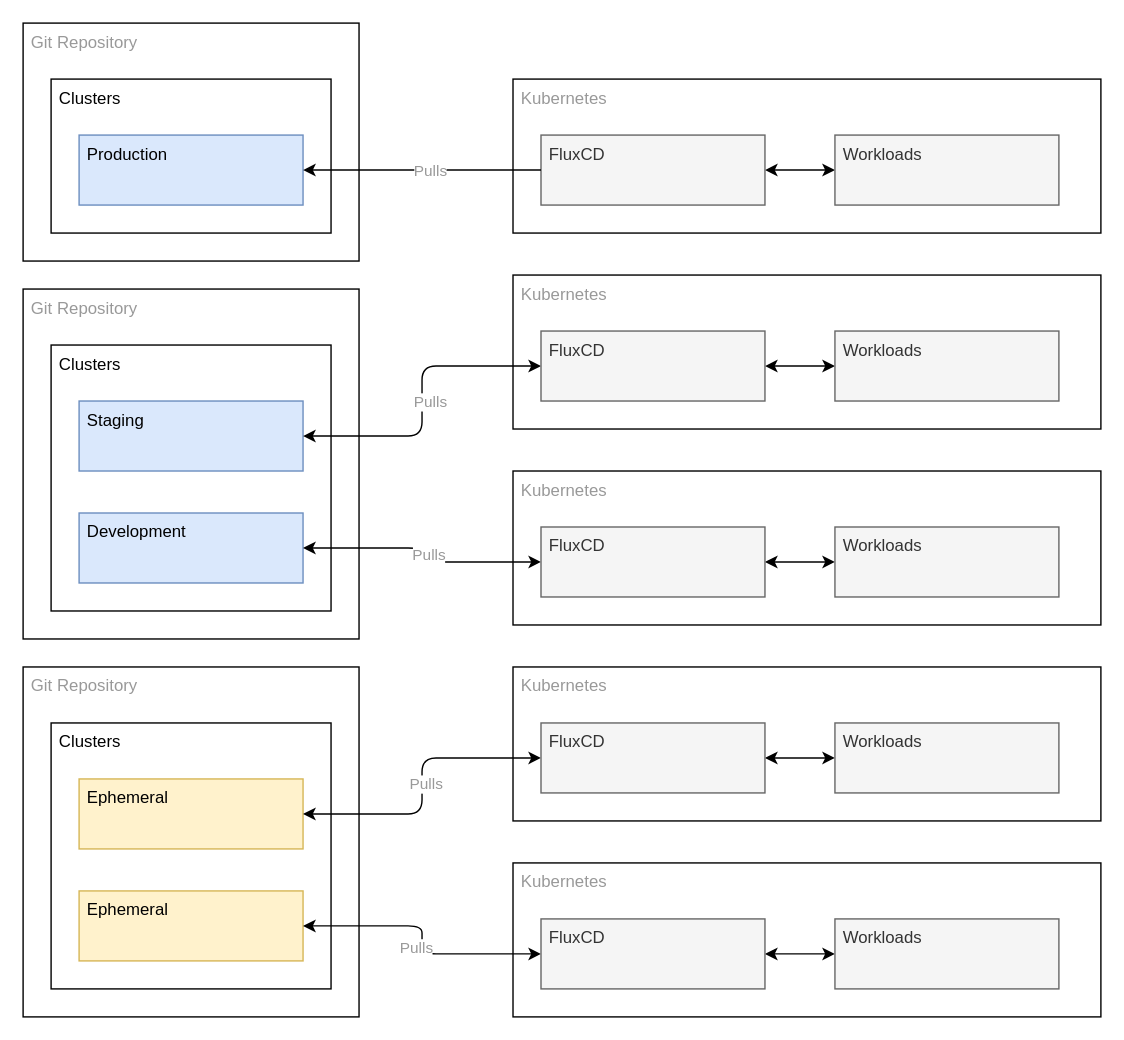
Before: docs/gitops-multi-repo.drawio.svg, a diagram exported from draw.io (danielloader/kubernetes-sdlc). Source tidied: cells renumbered, new cells last; positions are measured from the earlier drawing's top-left corner, leaving out a move shared by most shapes. Source of this version:
```xml
<mxGraphModel background="#FFFFFF">
  <root>
    <mxCell id="0" />
    <mxCell id="1" parent="0" />
    <mxCell id="2" value="Git Repository" style="rounded=0;whiteSpace=wrap;html=1;horizontal=1;verticalAlign=top;align=left;spacingLeft=4;fontColor=#999999;" parent="1" vertex="1">
      <mxGeometry y="460" width="240" height="250" as="geometry" />
    </mxCell>
    <mxCell id="3" value="Clusters" style="rounded=0;whiteSpace=wrap;html=1;fontColor=#000000;verticalAlign=top;align=left;spacingLeft=4;" parent="1" vertex="1">
      <mxGeometry x="20" y="500" width="200" height="190" as="geometry" />
    </mxCell>
    <mxCell id="4" value="Git Repository" style="rounded=0;whiteSpace=wrap;html=1;horizontal=1;verticalAlign=top;align=left;spacingLeft=4;fontColor=#999999;" parent="1" vertex="1">
      <mxGeometry y="190" width="240" height="250" as="geometry" />
    </mxCell>
    <mxCell id="5" value="Clusters" style="rounded=0;whiteSpace=wrap;html=1;fontColor=#000000;verticalAlign=top;align=left;spacingLeft=4;" parent="1" vertex="1">
      <mxGeometry x="20" y="230" width="200" height="190" as="geometry" />
    </mxCell>
    <mxCell id="6" value="Kubernetes" style="rounded=0;whiteSpace=wrap;html=1;verticalAlign=top;align=left;spacingLeft=4;fontColor=#999999;" parent="1" vertex="1">
      <mxGeometry x="350" y="40" width="420" height="110" as="geometry" />
    </mxCell>
    <mxCell id="7" value="Git Repository" style="rounded=0;whiteSpace=wrap;html=1;horizontal=1;verticalAlign=top;align=left;spacingLeft=4;fontColor=#999999;" parent="1" vertex="1">
      <mxGeometry width="240" height="170" as="geometry" />
    </mxCell>
    <mxCell id="8" value="Clusters" style="rounded=0;whiteSpace=wrap;html=1;fontColor=#000000;verticalAlign=top;align=left;spacingLeft=4;" parent="1" vertex="1">
      <mxGeometry x="20" y="40" width="200" height="110" as="geometry" />
    </mxCell>
    <mxCell id="9" value="Production" style="rounded=0;whiteSpace=wrap;html=1;verticalAlign=top;align=left;spacingLeft=4;fillColor=#dae8fc;strokeColor=#6c8ebf;" parent="1" vertex="1">
      <mxGeometry x="40" y="80" width="160" height="50" as="geometry" />
    </mxCell>
    <mxCell id="10" value="Staging" style="rounded=0;whiteSpace=wrap;html=1;verticalAlign=top;align=left;spacingLeft=4;fillColor=#dae8fc;strokeColor=#6c8ebf;" parent="1" vertex="1">
      <mxGeometry x="40" y="270" width="160" height="50" as="geometry" />
    </mxCell>
    <mxCell id="11" value="Development" style="rounded=0;whiteSpace=wrap;html=1;verticalAlign=top;align=left;spacingLeft=4;fillColor=#dae8fc;strokeColor=#6c8ebf;" parent="1" vertex="1">
      <mxGeometry x="40" y="350" width="160" height="50" as="geometry" />
    </mxCell>
    <mxCell id="12" value="Ephemeral" style="rounded=0;whiteSpace=wrap;html=1;verticalAlign=top;align=left;spacingLeft=4;fillColor=#fff2cc;strokeColor=#d6b656;" parent="1" vertex="1">
      <mxGeometry x="40" y="540" width="160" height="50" as="geometry" />
    </mxCell>
    <mxCell id="13" style="edgeStyle=none;html=1;startArrow=classic;startFill=1;" parent="1" edge="1" source="14" target="18">
      <mxGeometry relative="1" as="geometry" />
    </mxCell>
    <mxCell id="14" value="FluxCD" style="rounded=0;whiteSpace=wrap;html=1;verticalAlign=top;align=left;spacingLeft=4;fillColor=#f5f5f5;fontColor=#333333;strokeColor=#666666;" parent="1" vertex="1">
      <mxGeometry x="370" y="80" width="160" height="50" as="geometry" />
    </mxCell>
    <mxCell id="15" style="edgeStyle=none;html=1;fontColor=#999999;exitX=0;exitY=0.5;exitDx=0;exitDy=0;entryX=1;entryY=0.5;entryDx=0;entryDy=0;" parent="1" edge="1" source="14" target="9">
      <mxGeometry relative="1" as="geometry" />
    </mxCell>
    <mxCell id="16" value="Pulls" style="edgeLabel;html=1;align=center;verticalAlign=middle;fontColor=#999999;" parent="15" vertex="1">
      <mxGeometry x="0.01" y="1" relative="1" as="geometry">
        <mxPoint x="6" y="-1" as="offset" />
      </mxGeometry>
    </mxCell>
    <mxCell id="17" value="Ephemeral" style="rounded=0;whiteSpace=wrap;html=1;verticalAlign=top;align=left;spacingLeft=4;fillColor=#fff2cc;strokeColor=#d6b656;" parent="1" vertex="1">
      <mxGeometry x="40" y="620" width="160" height="50" as="geometry" />
    </mxCell>
    <mxCell id="18" value="Workloads" style="rounded=0;whiteSpace=wrap;html=1;verticalAlign=top;align=left;spacingLeft=4;fillColor=#f5f5f5;fontColor=#333333;strokeColor=#666666;" parent="1" vertex="1">
      <mxGeometry x="580" y="80" width="160" height="50" as="geometry" />
    </mxCell>
    <mxCell id="19" value="Kubernetes" style="rounded=0;whiteSpace=wrap;html=1;verticalAlign=top;align=left;spacingLeft=4;fontColor=#999999;" parent="1" vertex="1">
      <mxGeometry x="350" y="180" width="420" height="110" as="geometry" />
    </mxCell>
    <mxCell id="20" style="edgeStyle=none;html=1;startArrow=classic;startFill=1;" parent="1" edge="1" source="23" target="24">
      <mxGeometry relative="1" as="geometry" />
    </mxCell>
    <mxCell id="21" style="edgeStyle=orthogonalEdgeStyle;html=1;entryX=1;entryY=0.5;entryDx=0;entryDy=0;startArrow=classic;startFill=1;exitX=0;exitY=0.5;exitDx=0;exitDy=0;" parent="1" edge="1" source="23" target="10">
      <mxGeometry relative="1" as="geometry" />
    </mxCell>
    <mxCell id="22" value="Pulls" style="edgeLabel;html=1;align=center;verticalAlign=middle;fontColor=#999999;" parent="21" vertex="1">
      <mxGeometry x="0.2" y="-2" relative="1" as="geometry">
        <mxPoint x="7" y="-22" as="offset" />
      </mxGeometry>
    </mxCell>
    <mxCell id="23" value="FluxCD" style="rounded=0;whiteSpace=wrap;html=1;verticalAlign=top;align=left;spacingLeft=4;fillColor=#f5f5f5;fontColor=#333333;strokeColor=#666666;" parent="1" vertex="1">
      <mxGeometry x="370" y="220" width="160" height="50" as="geometry" />
    </mxCell>
    <mxCell id="24" value="Workloads" style="rounded=0;whiteSpace=wrap;html=1;verticalAlign=top;align=left;spacingLeft=4;fillColor=#f5f5f5;fontColor=#333333;strokeColor=#666666;" parent="1" vertex="1">
      <mxGeometry x="580" y="220" width="160" height="50" as="geometry" />
    </mxCell>
    <mxCell id="25" value="Kubernetes" style="rounded=0;whiteSpace=wrap;html=1;verticalAlign=top;align=left;spacingLeft=4;fontColor=#999999;" parent="1" vertex="1">
      <mxGeometry x="350" y="320" width="420" height="110" as="geometry" />
    </mxCell>
    <mxCell id="26" style="edgeStyle=none;html=1;startArrow=classic;startFill=1;" parent="1" edge="1" source="28" target="29">
      <mxGeometry relative="1" as="geometry" />
    </mxCell>
    <mxCell id="27" value="Pulls" style="edgeStyle=orthogonalEdgeStyle;html=1;entryX=1;entryY=0.5;entryDx=0;entryDy=0;startArrow=classic;startFill=1;exitX=0;exitY=0.5;exitDx=0;exitDy=0;fontColor=#999999;" parent="1" edge="1" source="28" target="11">
      <mxGeometry y="-5" relative="1" as="geometry" />
    </mxCell>
    <mxCell id="28" value="FluxCD" style="rounded=0;whiteSpace=wrap;html=1;verticalAlign=top;align=left;spacingLeft=4;fillColor=#f5f5f5;fontColor=#333333;strokeColor=#666666;" parent="1" vertex="1">
      <mxGeometry x="370" y="360" width="160" height="50" as="geometry" />
    </mxCell>
    <mxCell id="29" value="Workloads" style="rounded=0;whiteSpace=wrap;html=1;verticalAlign=top;align=left;spacingLeft=4;fillColor=#f5f5f5;fontColor=#333333;strokeColor=#666666;" parent="1" vertex="1">
      <mxGeometry x="580" y="360" width="160" height="50" as="geometry" />
    </mxCell>
    <mxCell id="30" value="Kubernetes" style="rounded=0;whiteSpace=wrap;html=1;verticalAlign=top;align=left;spacingLeft=4;fontColor=#999999;" parent="1" vertex="1">
      <mxGeometry x="350" y="460" width="420" height="110" as="geometry" />
    </mxCell>
    <mxCell id="31" style="edgeStyle=none;html=1;startArrow=classic;startFill=1;" parent="1" edge="1" source="34" target="35">
      <mxGeometry relative="1" as="geometry" />
    </mxCell>
    <mxCell id="32" style="edgeStyle=orthogonalEdgeStyle;html=1;entryX=1;entryY=0.5;entryDx=0;entryDy=0;startArrow=classic;startFill=1;exitX=0;exitY=0.5;exitDx=0;exitDy=0;" parent="1" edge="1" source="34" target="12">
      <mxGeometry relative="1" as="geometry" />
    </mxCell>
    <mxCell id="33" value="Pulls" style="edgeLabel;html=1;align=center;verticalAlign=middle;fontColor=#999999;" parent="32" vertex="1">
      <mxGeometry x="-0.02" y="3" relative="1" as="geometry">
        <mxPoint x="-1" as="offset" />
      </mxGeometry>
    </mxCell>
    <mxCell id="34" value="FluxCD" style="rounded=0;whiteSpace=wrap;html=1;verticalAlign=top;align=left;spacingLeft=4;fillColor=#f5f5f5;fontColor=#333333;strokeColor=#666666;" parent="1" vertex="1">
      <mxGeometry x="370" y="500" width="160" height="50" as="geometry" />
    </mxCell>
    <mxCell id="35" value="Workloads" style="rounded=0;whiteSpace=wrap;html=1;verticalAlign=top;align=left;spacingLeft=4;fillColor=#f5f5f5;fontColor=#333333;strokeColor=#666666;" parent="1" vertex="1">
      <mxGeometry x="580" y="500" width="160" height="50" as="geometry" />
    </mxCell>
    <mxCell id="36" value="Kubernetes" style="rounded=0;whiteSpace=wrap;html=1;verticalAlign=top;align=left;spacingLeft=4;fontColor=#999999;" parent="1" vertex="1">
      <mxGeometry x="350" y="600" width="420" height="110" as="geometry" />
    </mxCell>
    <mxCell id="37" style="edgeStyle=none;html=1;startArrow=classic;startFill=1;" parent="1" edge="1" source="39" target="40">
      <mxGeometry relative="1" as="geometry" />
    </mxCell>
    <mxCell id="38" value="Pulls" style="edgeStyle=orthogonalEdgeStyle;html=1;entryX=1;entryY=0.5;entryDx=0;entryDy=0;startArrow=classic;startFill=1;exitX=0;exitY=0.5;exitDx=0;exitDy=0;fontColor=#999999;" parent="1" edge="1" source="39" target="17">
      <mxGeometry x="-0.06" y="4" relative="1" as="geometry" />
    </mxCell>
    <mxCell id="39" value="FluxCD" style="rounded=0;whiteSpace=wrap;html=1;verticalAlign=top;align=left;spacingLeft=4;fillColor=#f5f5f5;fontColor=#333333;strokeColor=#666666;" parent="1" vertex="1">
      <mxGeometry x="370" y="640" width="160" height="50" as="geometry" />
    </mxCell>
    <mxCell id="40" value="Workloads" style="rounded=0;whiteSpace=wrap;html=1;verticalAlign=top;align=left;spacingLeft=4;fillColor=#f5f5f5;fontColor=#333333;strokeColor=#666666;" parent="1" vertex="1">
      <mxGeometry x="580" y="640" width="160" height="50" as="geometry" />
    </mxCell>
  </root>
</mxGraphModel>
```
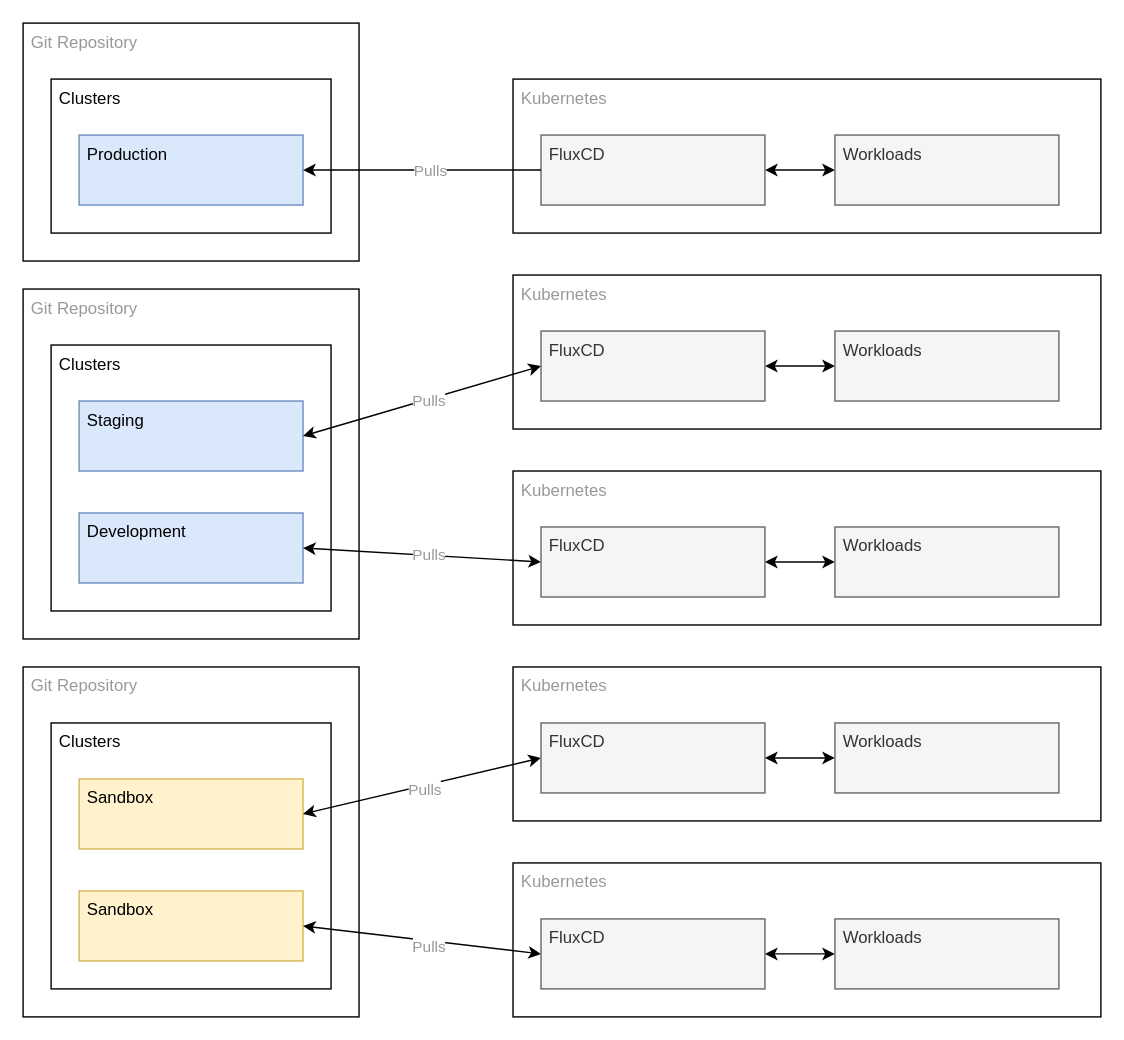
Later version of the same file.

Change to the diagram source:
```diff
@@ -32,7 +32,7 @@
     <mxCell id="11" value="Development" style="rounded=0;whiteSpace=wrap;html=1;verticalAlign=top;align=left;spacingLeft=4;fillColor=#dae8fc;strokeColor=#6c8ebf;" parent="1" vertex="1">
       <mxGeometry x="40" y="350" width="160" height="50" as="geometry" />
     </mxCell>
-    <mxCell id="12" value="Ephemeral" style="rounded=0;whiteSpace=wrap;html=1;verticalAlign=top;align=left;spacingLeft=4;fillColor=#fff2cc;strokeColor=#d6b656;" parent="1" vertex="1">
+    <mxCell id="12" value="Sandbox" style="rounded=0;whiteSpace=wrap;html=1;verticalAlign=top;align=left;spacingLeft=4;fillColor=#fff2cc;strokeColor=#d6b656;" parent="1" vertex="1">
       <mxGeometry x="40" y="540" width="160" height="50" as="geometry" />
     </mxCell>
     <mxCell id="13" style="edgeStyle=none;html=1;startArrow=classic;startFill=1;" parent="1" edge="1" source="14" target="18">
@@ -49,7 +49,7 @@
         <mxPoint x="6" y="-1" as="offset" />
       </mxGeometry>
     </mxCell>
-    <mxCell id="17" value="Ephemeral" style="rounded=0;whiteSpace=wrap;html=1;verticalAlign=top;align=left;spacingLeft=4;fillColor=#fff2cc;strokeColor=#d6b656;" parent="1" vertex="1">
+    <mxCell id="17" value="Sandbox" style="rounded=0;whiteSpace=wrap;html=1;verticalAlign=top;align=left;spacingLeft=4;fillColor=#fff2cc;strokeColor=#d6b656;" parent="1" vertex="1">
       <mxGeometry x="40" y="620" width="160" height="50" as="geometry" />
     </mxCell>
     <mxCell id="18" value="Workloads" style="rounded=0;whiteSpace=wrap;html=1;verticalAlign=top;align=left;spacingLeft=4;fillColor=#f5f5f5;fontColor=#333333;strokeColor=#666666;" parent="1" vertex="1">
@@ -61,12 +61,12 @@
     <mxCell id="20" style="edgeStyle=none;html=1;startArrow=classic;startFill=1;" parent="1" edge="1" source="23" target="24">
       <mxGeometry relative="1" as="geometry" />
     </mxCell>
-    <mxCell id="21" style="edgeStyle=orthogonalEdgeStyle;html=1;entryX=1;entryY=0.5;entryDx=0;entryDy=0;startArrow=classic;startFill=1;exitX=0;exitY=0.5;exitDx=0;exitDy=0;" parent="1" edge="1" source="23" target="10">
+    <mxCell id="21" style="html=1;entryX=1;entryY=0.5;entryDx=0;entryDy=0;startArrow=classic;startFill=1;exitX=0;exitY=0.5;exitDx=0;exitDy=0;" parent="1" edge="1" source="23" target="10">
       <mxGeometry relative="1" as="geometry" />
     </mxCell>
     <mxCell id="22" value="Pulls" style="edgeLabel;html=1;align=center;verticalAlign=middle;fontColor=#999999;" parent="21" vertex="1">
       <mxGeometry x="0.2" y="-2" relative="1" as="geometry">
-        <mxPoint x="7" y="-22" as="offset" />
+        <mxPoint x="22" y="-3" as="offset" />
       </mxGeometry>
     </mxCell>
     <mxCell id="23" value="FluxCD" style="rounded=0;whiteSpace=wrap;html=1;verticalAlign=top;align=left;spacingLeft=4;fillColor=#f5f5f5;fontColor=#333333;strokeColor=#666666;" parent="1" vertex="1">
@@ -81,8 +81,8 @@
     <mxCell id="26" style="edgeStyle=none;html=1;startArrow=classic;startFill=1;" parent="1" edge="1" source="28" target="29">
       <mxGeometry relative="1" as="geometry" />
     </mxCell>
-    <mxCell id="27" value="Pulls" style="edgeStyle=orthogonalEdgeStyle;html=1;entryX=1;entryY=0.5;entryDx=0;entryDy=0;startArrow=classic;startFill=1;exitX=0;exitY=0.5;exitDx=0;exitDy=0;fontColor=#999999;" parent="1" edge="1" source="28" target="11">
-      <mxGeometry y="-5" relative="1" as="geometry" />
+    <mxCell id="27" value="Pulls" style="html=1;entryX=1;entryY=0.5;entryDx=0;entryDy=0;startArrow=classic;startFill=1;exitX=0;exitY=0.5;exitDx=0;exitDy=0;fontColor=#999999;" parent="1" edge="1" source="28" target="11">
+      <mxGeometry x="-0.06" relative="1" as="geometry" />
     </mxCell>
     <mxCell id="28" value="FluxCD" style="rounded=0;whiteSpace=wrap;html=1;verticalAlign=top;align=left;spacingLeft=4;fillColor=#f5f5f5;fontColor=#333333;strokeColor=#666666;" parent="1" vertex="1">
       <mxGeometry x="370" y="360" width="160" height="50" as="geometry" />
@@ -96,7 +96,7 @@
     <mxCell id="31" style="edgeStyle=none;html=1;startArrow=classic;startFill=1;" parent="1" edge="1" source="34" target="35">
       <mxGeometry relative="1" as="geometry" />
     </mxCell>
-    <mxCell id="32" style="edgeStyle=orthogonalEdgeStyle;html=1;entryX=1;entryY=0.5;entryDx=0;entryDy=0;startArrow=classic;startFill=1;exitX=0;exitY=0.5;exitDx=0;exitDy=0;" parent="1" edge="1" source="34" target="12">
+    <mxCell id="32" style="html=1;entryX=1;entryY=0.5;entryDx=0;entryDy=0;startArrow=classic;startFill=1;exitX=0;exitY=0.5;exitDx=0;exitDy=0;" parent="1" edge="1" source="34" target="12">
       <mxGeometry relative="1" as="geometry" />
     </mxCell>
     <mxCell id="33" value="Pulls" style="edgeLabel;html=1;align=center;verticalAlign=middle;fontColor=#999999;" parent="32" vertex="1">
@@ -116,7 +116,7 @@
     <mxCell id="37" style="edgeStyle=none;html=1;startArrow=classic;startFill=1;" parent="1" edge="1" source="39" target="40">
       <mxGeometry relative="1" as="geometry" />
     </mxCell>
-    <mxCell id="38" value="Pulls" style="edgeStyle=orthogonalEdgeStyle;html=1;entryX=1;entryY=0.5;entryDx=0;entryDy=0;startArrow=classic;startFill=1;exitX=0;exitY=0.5;exitDx=0;exitDy=0;fontColor=#999999;" parent="1" edge="1" source="39" target="17">
+    <mxCell id="38" value="Pulls" style="html=1;entryX=1;entryY=0.5;entryDx=0;entryDy=0;startArrow=classic;startFill=1;exitX=0;exitY=0.5;exitDx=0;exitDy=0;fontColor=#999999;" parent="1" edge="1" source="39" target="17">
       <mxGeometry x="-0.06" y="4" relative="1" as="geometry" />
     </mxCell>
     <mxCell id="39" value="FluxCD" style="rounded=0;whiteSpace=wrap;html=1;verticalAlign=top;align=left;spacingLeft=4;fillColor=#f5f5f5;fontColor=#333333;strokeColor=#666666;" parent="1" vertex="1">
```
